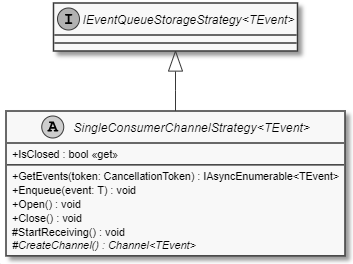
insightmind/MORR keeps this PlantUML diagram as documents/sd/resources/Classes/Common/Shared/Events/Queue/Strategy/SingleConsumer/SingleConsumerChannelStrategy.PNG. Above is the earlier version. Its source is kept beside it as documents/sd/plantuml/application/Common/Shared/Events/Queue/Strategy/SingleConsumer/SingleConsumerChannelStrategy.puml. Its diagram source:
```plantuml
@startuml
skinparam monochrome true
skinparam classAttributeIconSize 0

!startsub default
abstract class "SingleConsumerChannelStrategy<TEvent>" {
    + IsClosed : bool <<get>>
    + GetEvents(token: CancellationToken) : IAsyncEnumerable<TEvent>
    + Enqueue(event: T) : void
    + Open() : void
    + Close() : void
    # StartReceiving() : void
    # {abstract} CreateChannel() : Channel<TEvent>
}
interface "IEventQueueStorageStrategy<TEvent>"
"IEventQueueStorageStrategy<TEvent>" <|-- "SingleConsumerChannelStrategy<TEvent>"

!endsub
@enduml
```
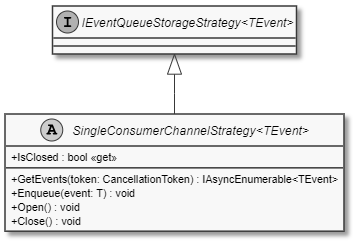
After the change.

The edit, as a diff of the source:
```diff
@@ -9,8 +9,6 @@
     + Enqueue(event: T) : void
     + Open() : void
     + Close() : void
-    # StartReceiving() : void
-    # {abstract} CreateChannel() : Channel<TEvent>
 }
 interface "IEventQueueStorageStrategy<TEvent>"
 "IEventQueueStorageStrategy<TEvent>" <|-- "SingleConsumerChannelStrategy<TEvent>"
```
